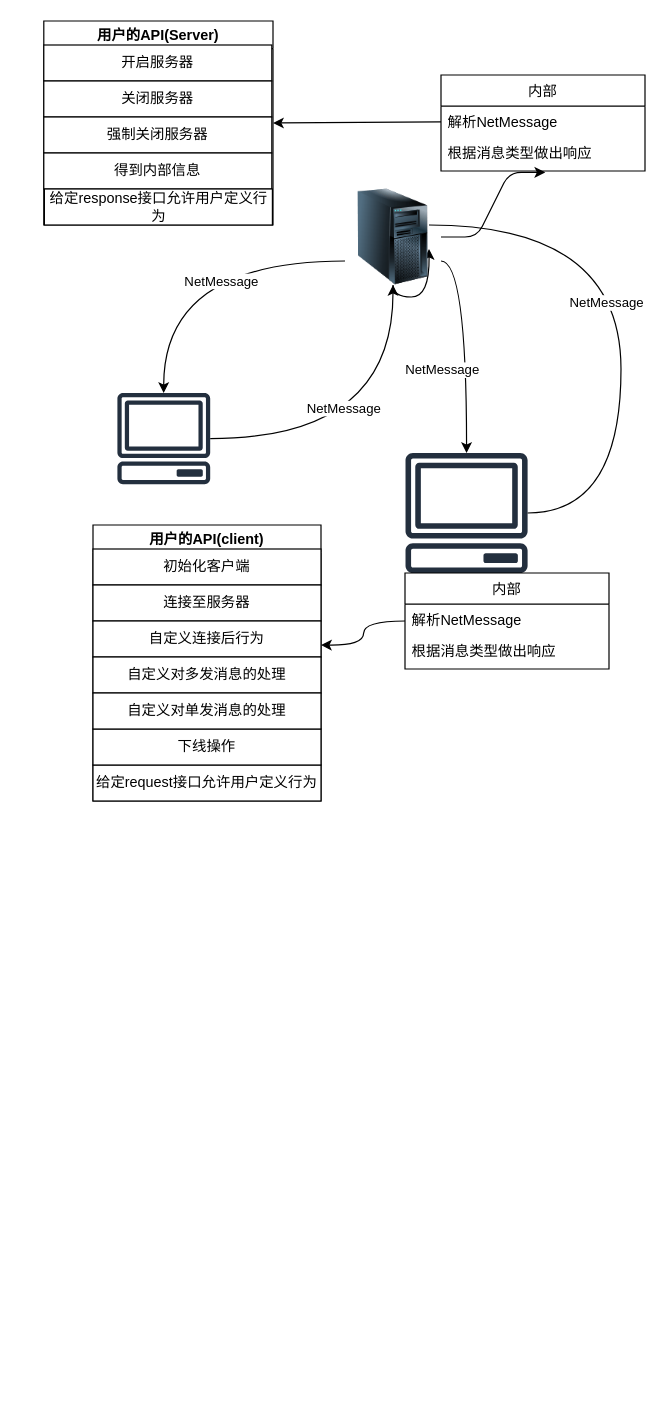
The draw.io diagram pic/a.drawio in nobodyw-cell/Csframework, before the edit. Source tidied: cells renumbered, new cells numbered last; positions are measured from the earlier drawing's top-left corner, leaving out a move shared by most shapes. Both pictures are drawn from the tidied source at 120%, with x=0, y=0 at pixel (43, 20).
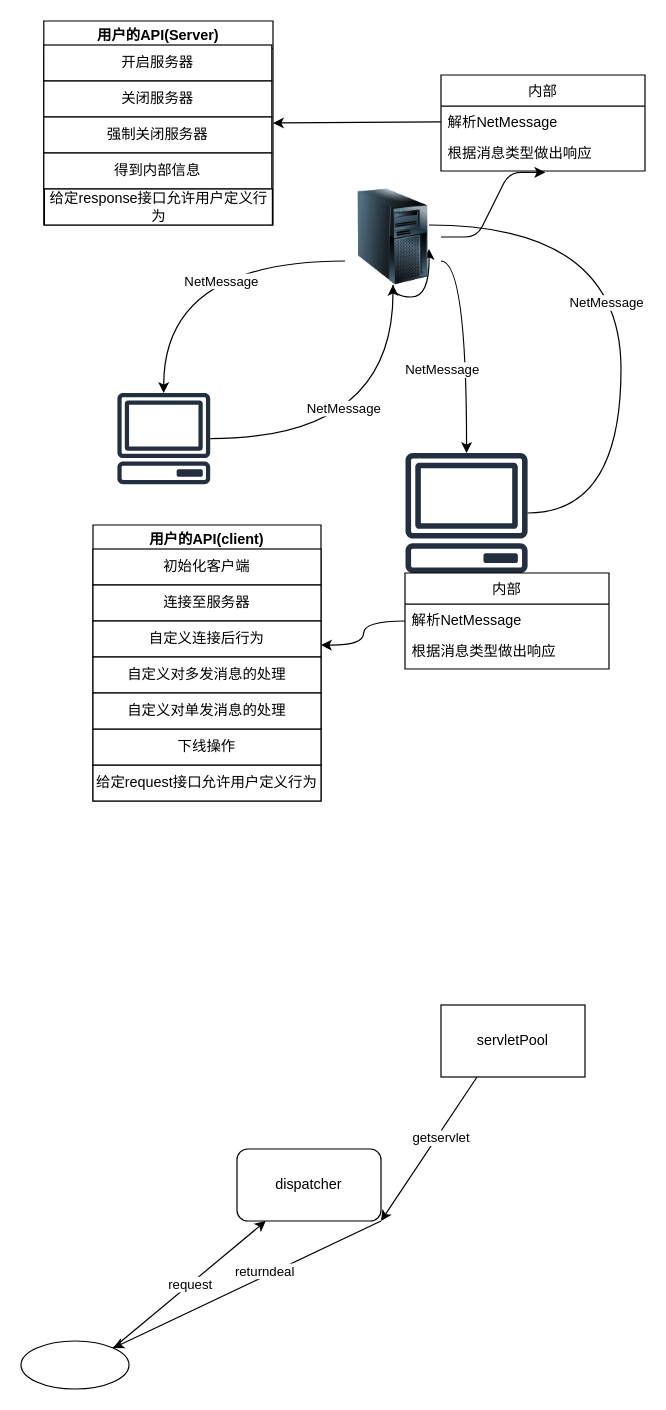
The same page after the edit.

Change to the diagram source:
```diff
@@
+    <mxCell id="37" style="edgeStyle=none;html=1;exitX=0.25;exitY=1;exitDx=0;exitDy=0;entryX=1;entryY=1;entryDx=0;entryDy=0;" parent="1" edge="1" source="39" target="42">
+      <mxGeometry relative="1" as="geometry" />
+    </mxCell>
+    <mxCell id="38" value="getservlet" style="edgeLabel;html=1;align=center;verticalAlign=middle;" parent="37" vertex="1">
+      <mxGeometry x="-0.18" y="3" relative="1" as="geometry" />
+    </mxCell>
+    <mxCell id="39" value="servletPool" style="rounded=0;whiteSpace=wrap;html=1;" parent="1" vertex="1">
+      <mxGeometry x="331" y="820" width="120" height="60" as="geometry" />
+    </mxCell>
+    <mxCell id="40" style="edgeStyle=none;html=1;exitX=1;exitY=1;exitDx=0;exitDy=0;entryX=1;entryY=0;entryDx=0;entryDy=0;" parent="1" edge="1" source="42" target="44">
+      <mxGeometry relative="1" as="geometry" />
+    </mxCell>
+    <mxCell id="41" value="returndeal" style="edgeLabel;html=1;align=center;verticalAlign=middle;" parent="40" vertex="1">
+      <mxGeometry x="-0.14" y="-4" relative="1" as="geometry" />
+    </mxCell>
+    <mxCell id="42" value="dispatcher" style="rounded=1;whiteSpace=wrap;html=1;" parent="1" vertex="1">
+      <mxGeometry x="161" y="940" width="120" height="60" as="geometry" />
+    </mxCell>
+    <mxCell id="43" value="request" style="edgeStyle=none;html=1;exitX=1;exitY=0;exitDx=0;exitDy=0;" parent="1" edge="1" source="44" target="42">
+      <mxGeometry relative="1" as="geometry" />
+    </mxCell>
+    <mxCell id="44" style="ellipse;whiteSpace=wrap;html=1;" parent="1" vertex="1">
+      <mxGeometry x="-19" y="1100" width="90" height="40" as="geometry" />
+    </mxCell>
```
